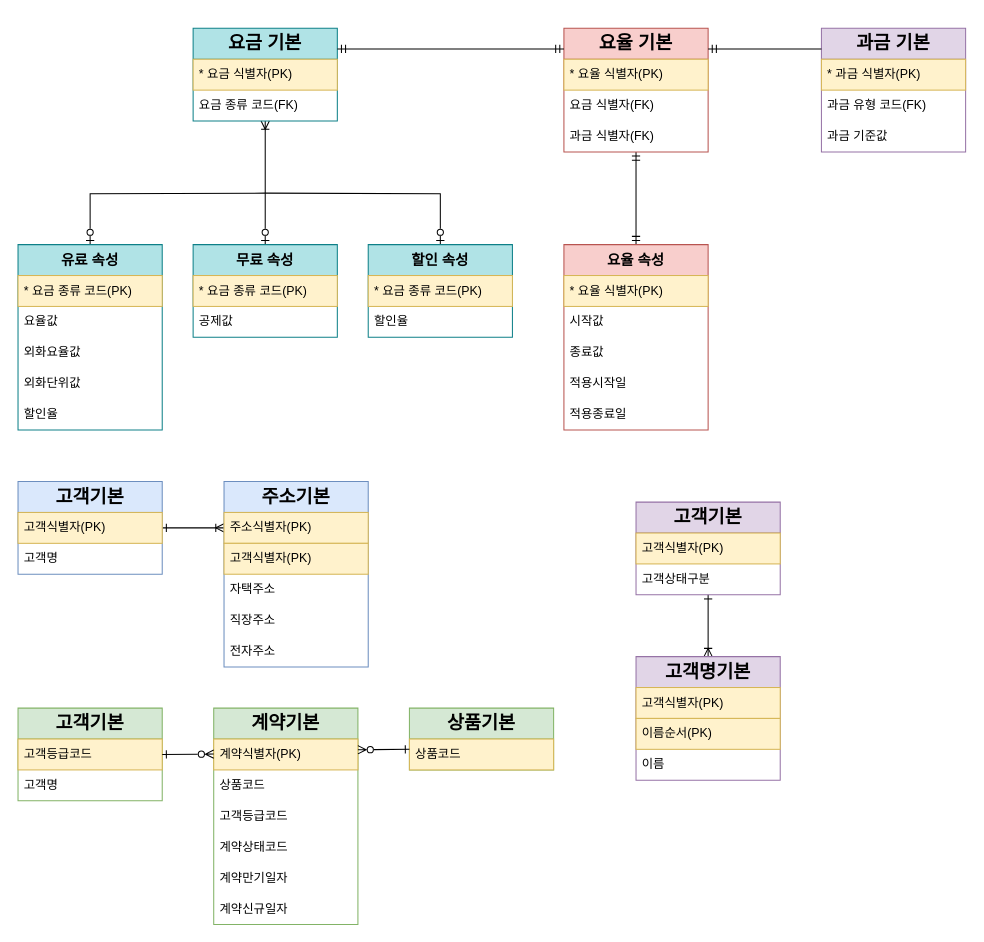
The draw.io diagram 실습/데이터모델링실습2.drawio in noheul1030/BWG, before the edit. Source tidied: cells renumbered, new cells numbered last; positions are measured from the earlier drawing's top-left corner, leaving out a move shared by most shapes. Both pictures are drawn from the tidied source at 103%, with x=0, y=0 at pixel (18, 28).
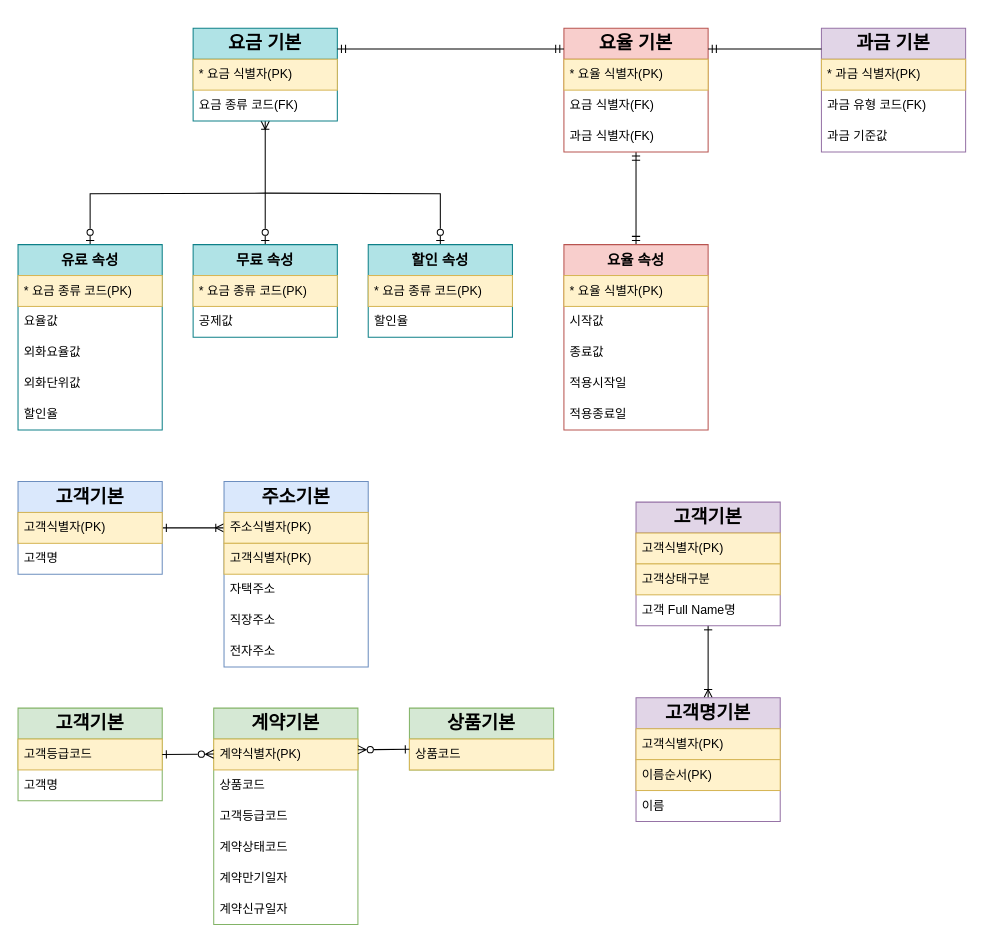
The same page after the edit.

Commit message:
데이터모델링실습2.drawio 업데이트

Change to the diagram source:
```diff
@@
     <mxCell id="59" value="&lt;h2&gt;고객기본&lt;/h2&gt;" style="swimlane;fontStyle=0;horizontal=1;startSize=30;whiteSpace=wrap;html=1;fillColor=#e1d5e7;strokeColor=#9673a6;" parent="1" vertex="1">
-      <mxGeometry x="600" y="460" width="140" height="90" as="geometry" />
+      <mxGeometry x="600" y="460" width="140" height="120" as="geometry" />
     </mxCell>
@@
-    <mxCell id="61" value="고객상태구분" style="text;strokeColor=none;fillColor=none;align=left;verticalAlign=middle;spacingLeft=4;spacingRight=4;overflow=hidden;whiteSpace=wrap;html=1;" parent="59" vertex="1">
+    <mxCell id="61" value="고객상태구분" style="text;strokeColor=#d6b656;fillColor=#fff2cc;align=left;verticalAlign=middle;spacingLeft=4;spacingRight=4;overflow=hidden;whiteSpace=wrap;html=1;" parent="59" vertex="1">
       <mxGeometry y="60" width="140" height="30" as="geometry" />
     </mxCell>
+    <mxCell id="69" value="고객 Full Name명" style="text;strokeColor=none;fillColor=none;align=left;verticalAlign=middle;spacingLeft=4;spacingRight=4;overflow=hidden;whiteSpace=wrap;html=1;" parent="59" vertex="1">
+      <mxGeometry y="90" width="140" height="30" as="geometry" />
+    </mxCell>
     <mxCell id="62" value="&lt;h2&gt;고객명기본&lt;/h2&gt;" style="swimlane;fontStyle=0;horizontal=1;startSize=30;whiteSpace=wrap;html=1;fillColor=#e1d5e7;strokeColor=#9673a6;" parent="1" vertex="1">
-      <mxGeometry x="600" y="610" width="140" height="120" as="geometry" />
+      <mxGeometry x="600" y="650" width="140" height="120" as="geometry" />
     </mxCell>
```
